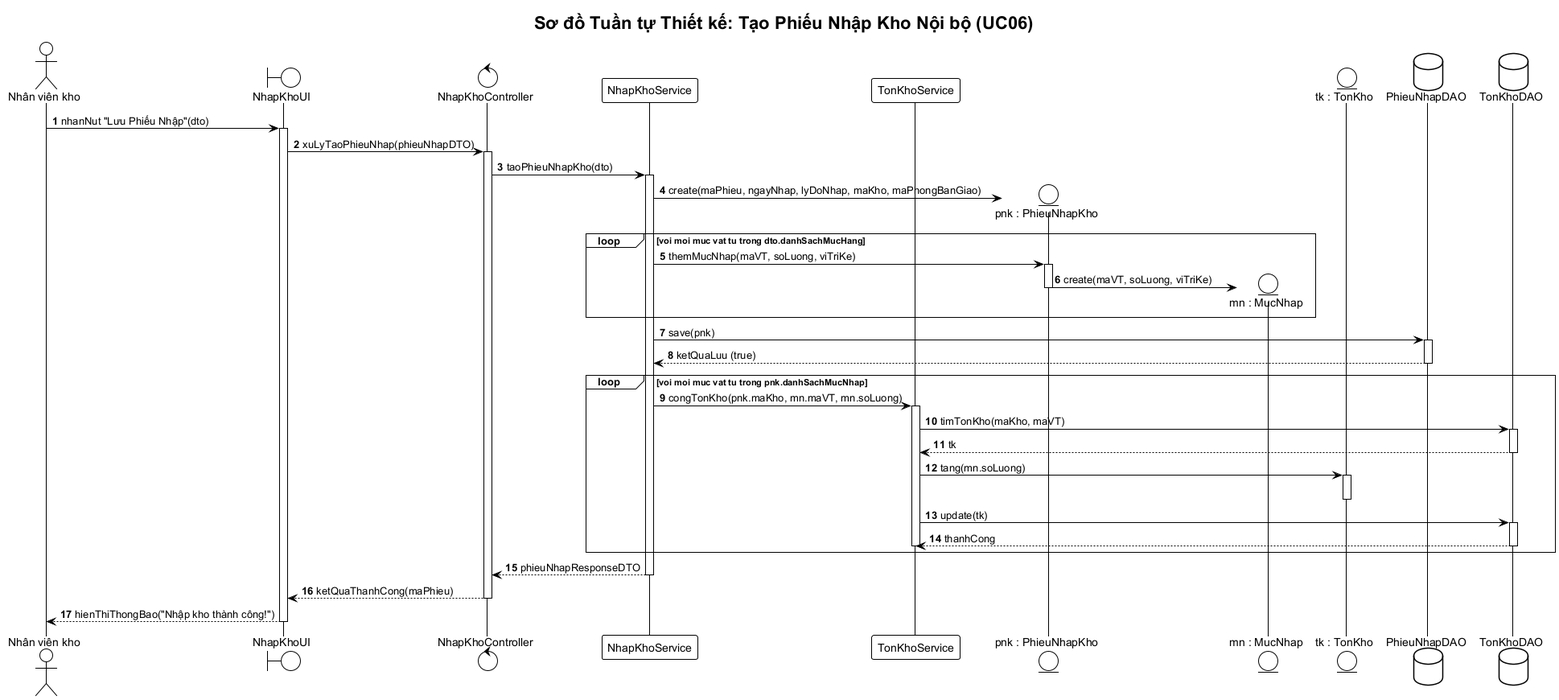
Earlier version of the PlantUML export BTL-QuanLyKhoHang/diagrams/sequence-nhap-kho.png (vuhoabinh2416137/G8_Quanlysanphamvakhohang).
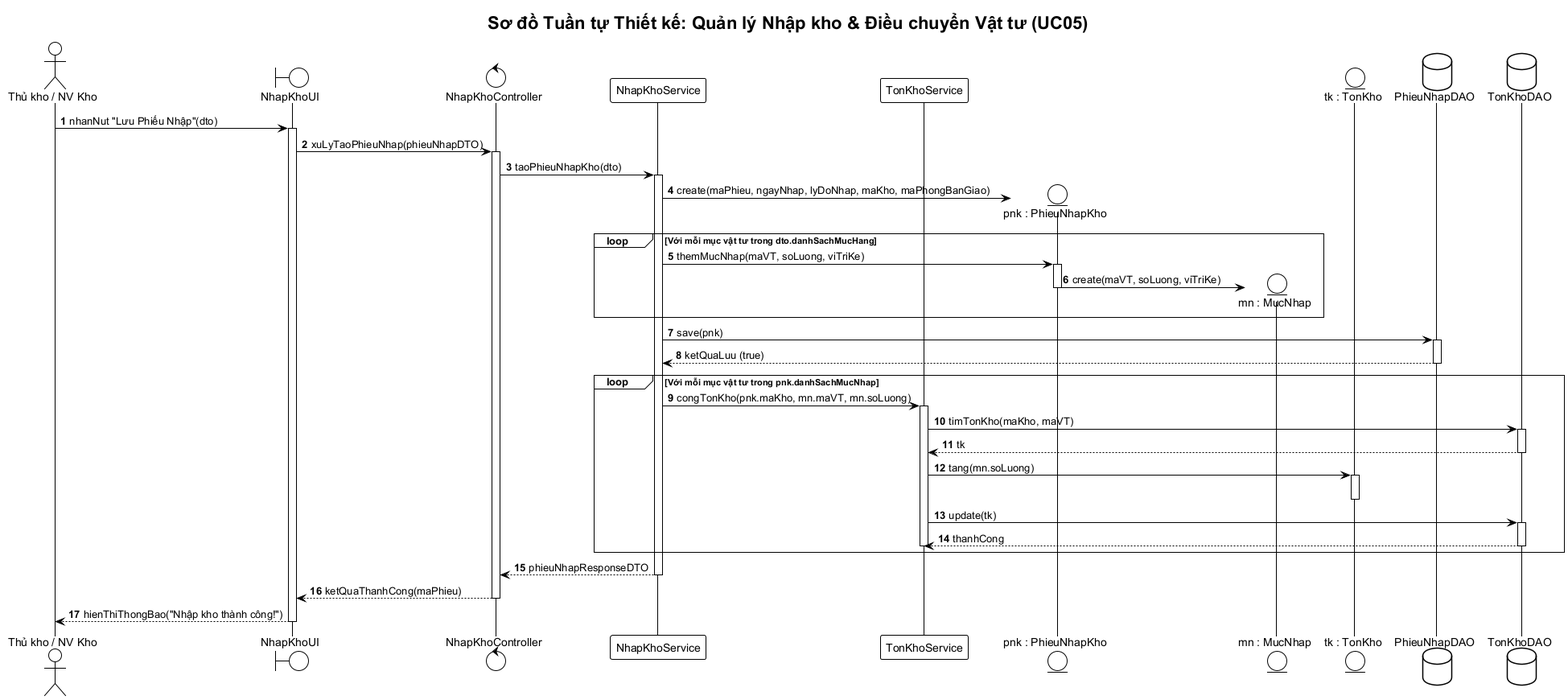
After the change.

What changed in the source:
```diff
@@ -4,9 +4,9 @@
 skinparam responseMessageBelowArrow true
 skinparam defaultFontName "Arial"
 
-title Sơ đồ Tuần tự Thiết kế: Tạo Phiếu Nhập Kho Nội bộ (UC06)
+title Sơ đồ Tuần tự Thiết kế: Quản lý Nhập kho & Điều chuyển Vật tư (UC05)
 
-actor "Nhân viên kho" as NV
+actor "Thủ kho / NV Kho" as NV
 boundary "NhapKhoUI" as UI
 control "NhapKhoController" as Ctrl
 participant "NhapKhoService" as Service
@@ -27,7 +27,7 @@
 
 Service -> PNK**: create(maPhieu, ngayNhap, lyDoNhap, maKho, maPhongBanGiao)
 
-loop voi moi muc vat tu trong dto.danhSachMucHang
+loop Với mỗi mục vật tư trong dto.danhSachMucHang
     Service -> PNK: themMucNhap(maVT, soLuong, viTriKe)
     activate PNK
     PNK -> MN**: create(maVT, soLuong, viTriKe)
@@ -39,7 +39,7 @@
 PNDAO --> Service: ketQuaLuu (true)
 deactivate PNDAO
 
-loop voi moi muc vat tu trong pnk.danhSachMucNhap
+loop Với mỗi mục vật tư trong pnk.danhSachMucNhap
     Service -> TKKService: congTonKho(pnk.maKho, mn.maVT, mn.soLuong)
     activate TKKService
     TKKService -> TKDAO: timTonKho(maKho, maVT)
```
